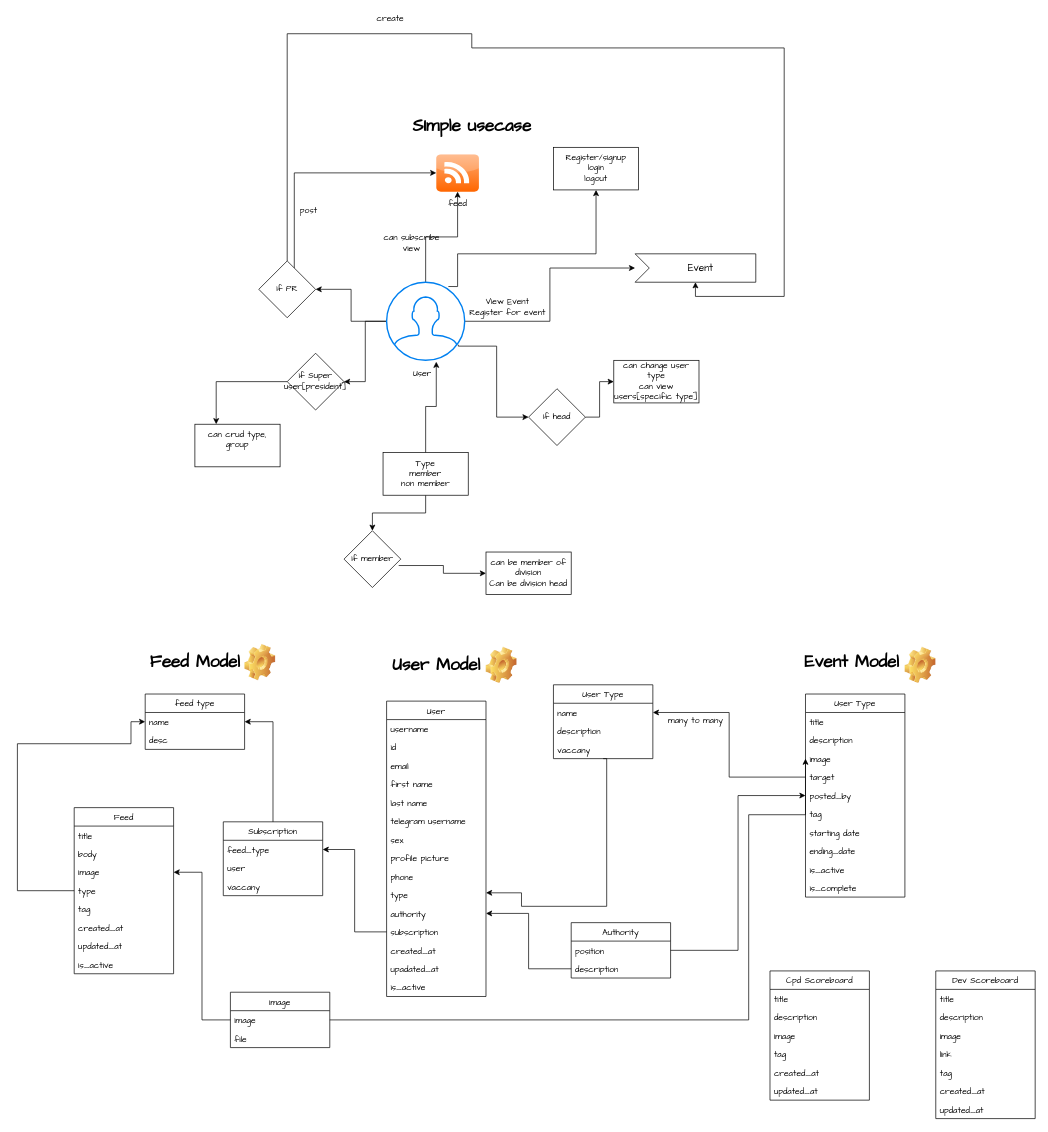
This is csec-hub-simple-design.drawio from CSEC-ASTU/dev_hackathon_bro_code, a draw.io file, before an edit. Source tidied: cells renumbered, new cells numbered last; positions are measured from the earlier drawing's top-left corner, leaving out a move shared by most shapes. Both pictures are drawn from the tidied source at 71%, with x=0, y=0 at pixel (17, 12).
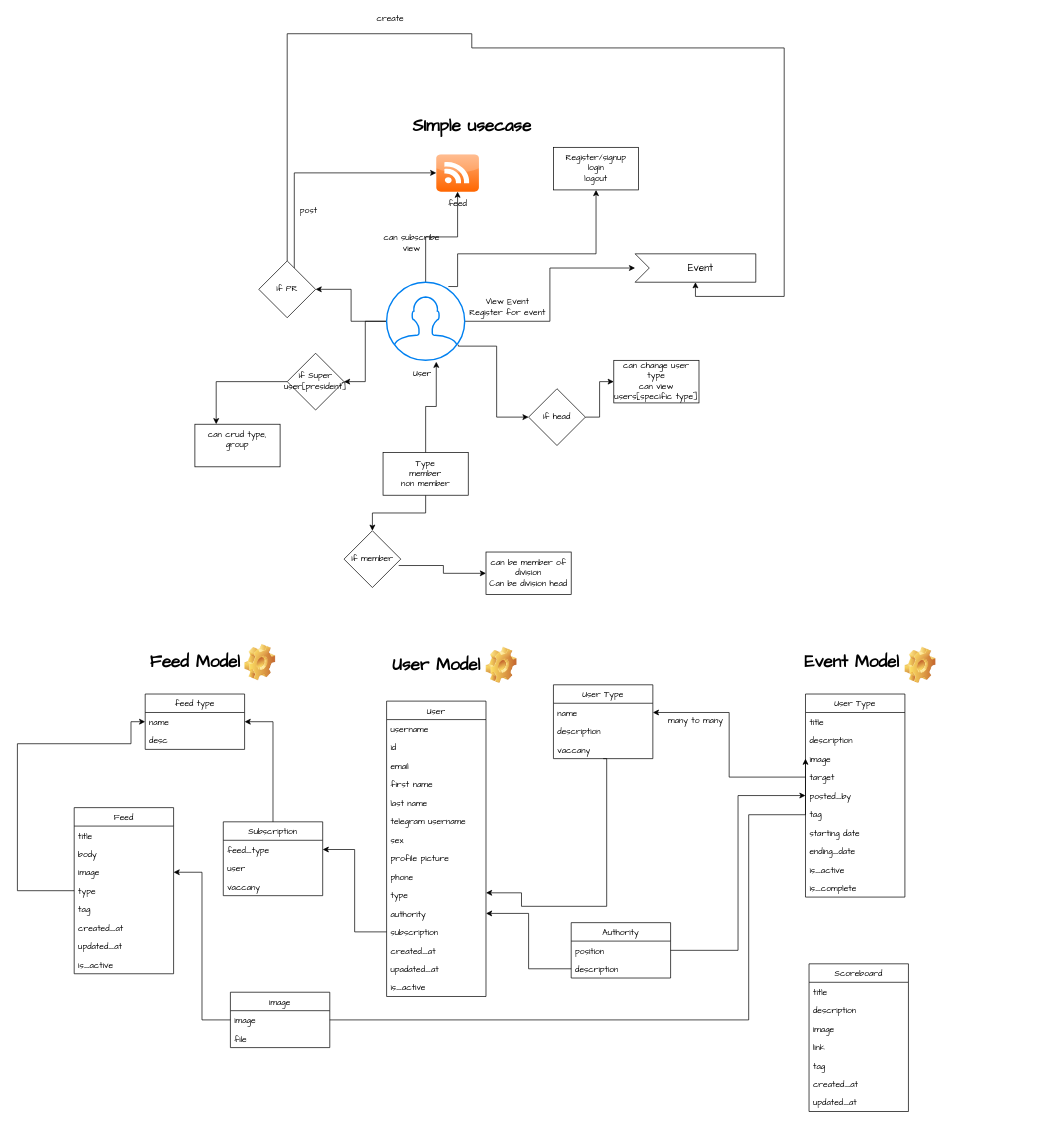
Above is the later version.

Change to the diagram source:
```diff
@@
-    <mxCell id="103" value="Cpd Scoreboard" style="swimlane;fontStyle=0;horizontal=1;startSize=26;fillColor=none;fontFamily=Comic Sans MS;" parent="1" vertex="1">
-      <mxGeometry x="1060" y="1350" width="140" height="182" as="geometry" />
-    </mxCell>
-    <mxCell id="104" value="title" style="text;strokeColor=none;fillColor=none;align=left;verticalAlign=top;spacingLeft=4;spacingRight=4;overflow=hidden;fontFamily=Comic Sans MS;" parent="103" vertex="1">
-      <mxGeometry y="26" width="140" height="26" as="geometry" />
-    </mxCell>
-    <mxCell id="105" value="description" style="text;strokeColor=none;fillColor=none;align=left;verticalAlign=top;spacingLeft=4;spacingRight=4;overflow=hidden;fontFamily=Comic Sans MS;" parent="103" vertex="1">
-      <mxGeometry y="52" width="140" height="26" as="geometry" />
-    </mxCell>
-    <mxCell id="106" value="image" style="text;strokeColor=none;fillColor=none;align=left;verticalAlign=top;spacingLeft=4;spacingRight=4;overflow=hidden;fontFamily=Comic Sans MS;" parent="103" vertex="1">
-      <mxGeometry y="78" width="140" height="26" as="geometry" />
-    </mxCell>
-    <mxCell id="107" value="tag" style="text;strokeColor=none;fillColor=none;align=left;verticalAlign=top;spacingLeft=4;spacingRight=4;overflow=hidden;fontFamily=Comic Sans MS;" parent="103" vertex="1">
-      <mxGeometry y="104" width="140" height="26" as="geometry" />
-    </mxCell>
-    <mxCell id="108" value="created_at" style="text;strokeColor=none;fillColor=none;align=left;verticalAlign=top;spacingLeft=4;spacingRight=4;overflow=hidden;fontFamily=Comic Sans MS;" parent="103" vertex="1">
-      <mxGeometry y="130" width="140" height="26" as="geometry" />
-    </mxCell>
-    <mxCell id="109" value="updated_at" style="text;strokeColor=none;fillColor=none;align=left;verticalAlign=top;spacingLeft=4;spacingRight=4;overflow=hidden;fontFamily=Comic Sans MS;" parent="103" vertex="1">
-      <mxGeometry y="156" width="140" height="26" as="geometry" />
-    </mxCell>
-    <mxCell id="110" value="Dev Scoreboard" style="swimlane;fontStyle=0;horizontal=1;startSize=26;fillColor=none;fontFamily=Comic Sans MS;" parent="1" vertex="1">
-      <mxGeometry x="1293.5" y="1350" width="140" height="208" as="geometry" />
+    <mxCell id="110" value="Scoreboard" style="swimlane;fontStyle=0;horizontal=1;startSize=26;fillColor=none;fontFamily=Comic Sans MS;" parent="1" vertex="1">
+      <mxGeometry x="1115" y="1340" width="140" height="208" as="geometry" />
     </mxCell>
```
